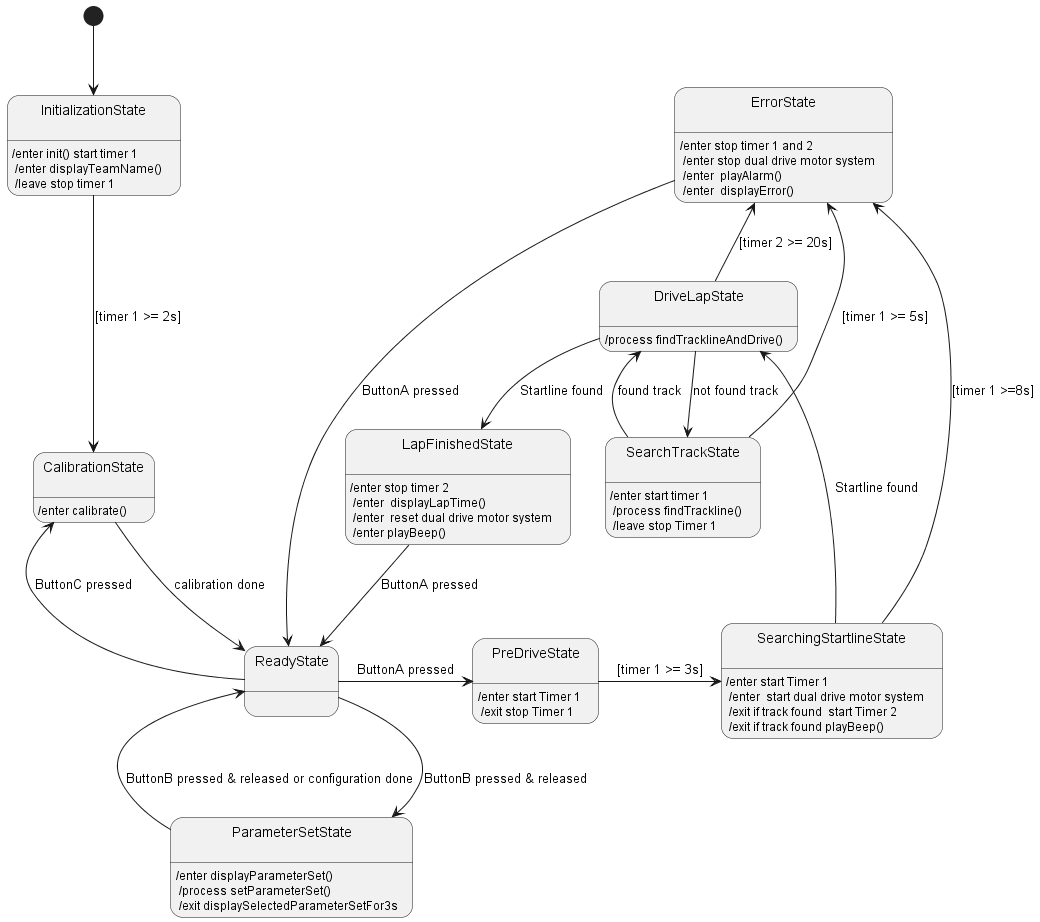
This is Task 2/State Diagram/State Diagram/Statediagram/Statediagram.png from Jordan5652/Line-Follower-Software-for-Pololu-Zumo32U4, a PlantUML export, as it was before one commit.
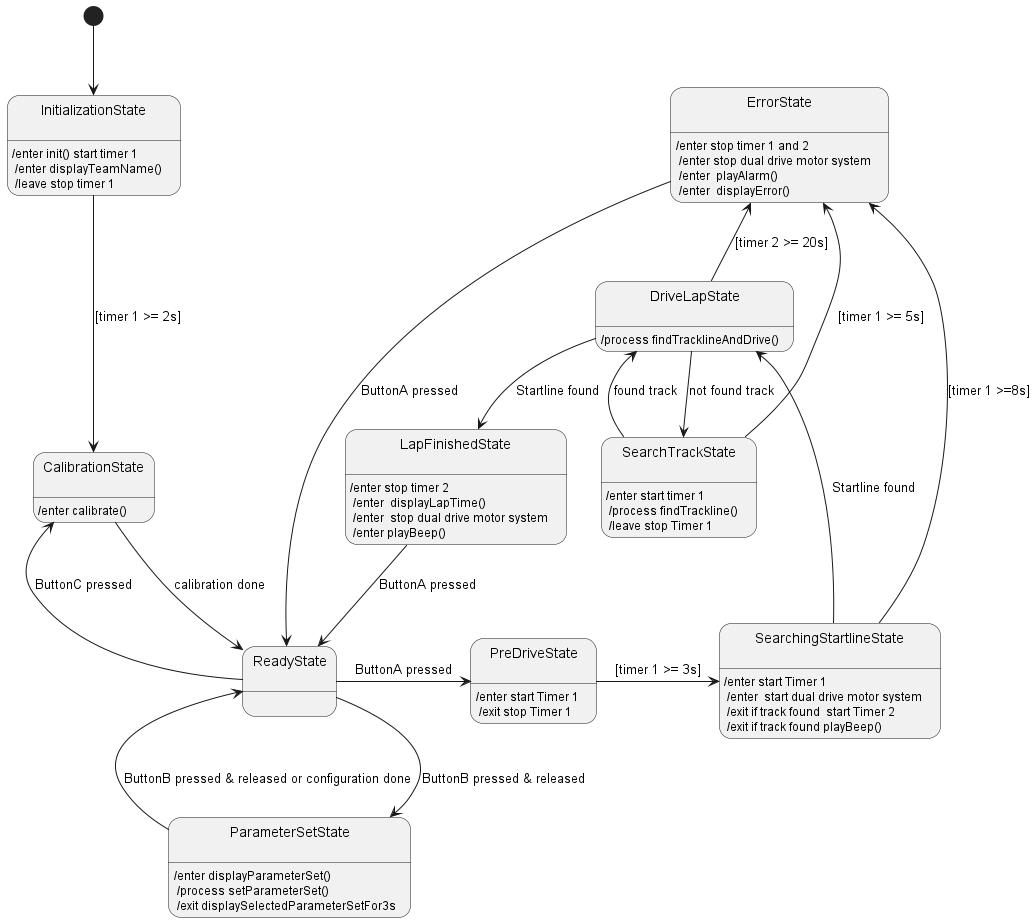
Above is the later version.

Commit message:
Changes to state and class diagram

What changed in the source:
```diff
@@ -1,4 +1,4 @@
-@startuml
+@startuml stateDiagram
 [*] --> State1
 
 state State1 as "InitializationState\n": /enter init() start timer 1 \n /enter displayTeamName() \n /leave stop timer 1
@@ -7,7 +7,7 @@
 state State4 as "ParameterSetState\n": /enter displayParameterSet() \n /process setParameterSet() \n /exit displaySelectedParameterSetFor3s
 state State5 as "SearchingStartlineState\n": /enter start Timer 1 \n /enter  start dual drive motor system \n /exit if track found  start Timer 2\n /exit if track found playBeep()
 state State6 as "DriveLapState\n": /process findTracklineAndDrive()
-state State7 as "LapFinishedState\n": /enter stop timer 2 \n /enter  displayLapTime() \n /enter  reset dual drive motor system \n /enter playBeep()
+state State7 as "LapFinishedState\n": /enter stop timer 2 \n /enter  displayLapTime() \n /enter  stop dual drive motor system \n /enter playBeep()
 state State8 as "SearchTrackState\n": /enter start timer 1 \n /process findTrackline() \n /leave stop Timer 1
 state State9 as "ErrorState\n": /enter stop timer 1 and 2 \n /enter stop dual drive motor system \n /enter  playAlarm() \n /enter  displayError()
 state State10 as "PreDriveState\n": /enter start Timer 1 \n /exit stop Timer 1
```
